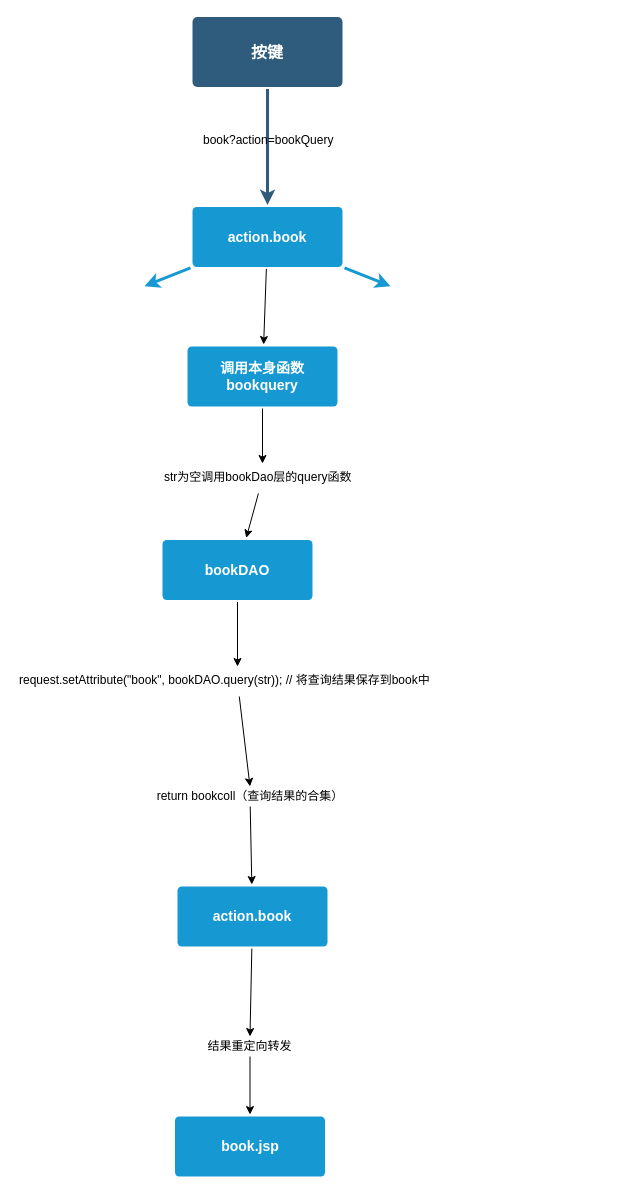
Earlier version of the draw.io diagram Untitled Diagram.drawio (yunzimo/yunzimo.github.io). Source tidied: cells renumbered, new cells numbered last; positions are measured from the earlier drawing's top-left corner, leaving out a move shared by most shapes. Both pictures are drawn from the tidied source at 100%, with x=0, y=0 at pixel (17, 16).
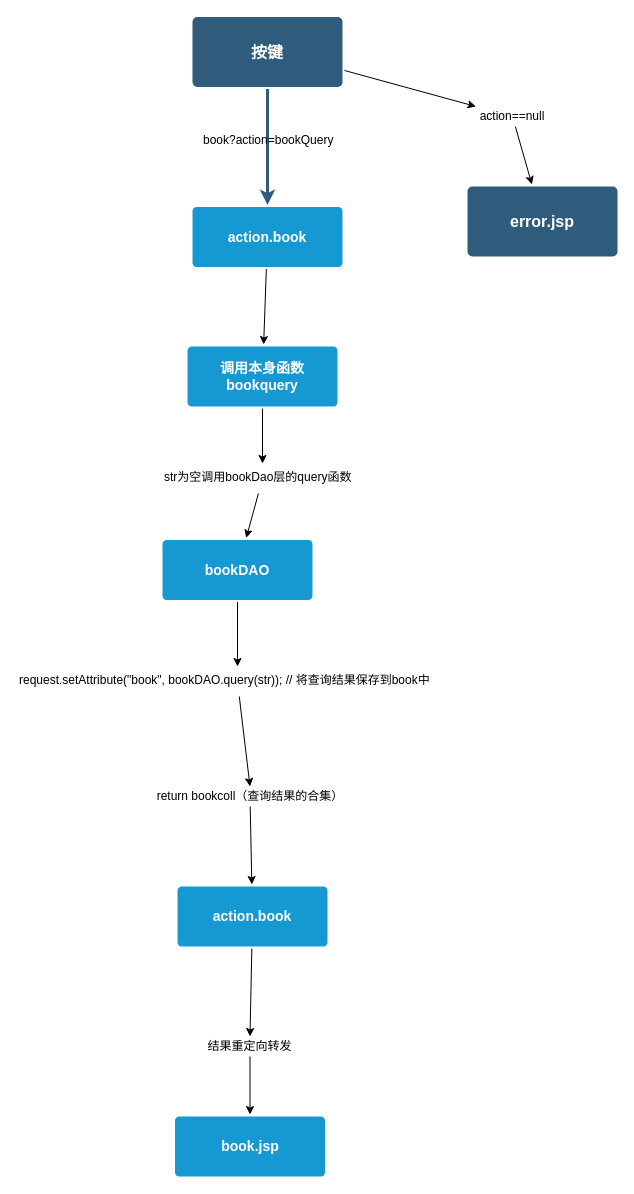
The same page after the edit.

Unchanged cells that the change refers to:
```xml
<mxCell id="3" value="按键" style="rounded=1;whiteSpace=wrap;html=1;shadow=0;labelBackgroundColor=none;strokeColor=none;strokeWidth=3;fillColor=#2F5B7C;fontFamily=Helvetica;fontSize=16;fontColor=#FFFFFF;align=center;fontStyle=1;spacing=5;arcSize=7;perimeterSpacing=2;" parent="1" vertex="1">
  <mxGeometry x="175" y="0.5" width="150" height="70" as="geometry" />
</mxCell>
<mxCell id="7" value="action.book" style="rounded=1;whiteSpace=wrap;html=1;shadow=0;labelBackgroundColor=none;strokeColor=none;strokeWidth=3;fillColor=#1699d3;fontFamily=Helvetica;fontSize=14;fontColor=#FFFFFF;align=center;spacing=5;fontStyle=1;arcSize=7;perimeterSpacing=2;" parent="1" vertex="1">
  <mxGeometry x="175" y="190.5" width="150" height="60" as="geometry" />
</mxCell>
```

What changed in the source:
```diff
@@
+    <mxCell id="24" style="edgeStyle=none;rounded=0;jettySize=auto;html=1;exitX=1;exitY=0.75;exitDx=0;exitDy=0;" parent="1" edge="1" source="3" target="27">
+      <mxGeometry relative="1" as="geometry" />
+    </mxCell>
@@
-    <mxCell id="4" style="edgeStyle=none;rounded=0;jumpStyle=none;html=1;shadow=0;labelBackgroundColor=none;startArrow=none;startFill=0;endArrow=classic;endFill=1;jettySize=auto;strokeColor=#1699D3;strokeWidth=3;fontFamily=Helvetica;fontSize=14;fontColor=#FFFFFF;spacing=5;" parent="1" edge="1" source="7">
-      <mxGeometry relative="1" as="geometry">
-        <mxPoint x="127" y="269.7" as="targetPoint" />
-      </mxGeometry>
-    </mxCell>
-    <mxCell id="5" style="edgeStyle=none;rounded=0;jumpStyle=none;html=1;shadow=0;labelBackgroundColor=none;startArrow=none;startFill=0;endArrow=classic;endFill=1;jettySize=auto;strokeColor=#1699D3;strokeWidth=3;fontFamily=Helvetica;fontSize=14;fontColor=#FFFFFF;spacing=5;" parent="1" edge="1" source="7">
-      <mxGeometry relative="1" as="geometry">
-        <mxPoint x="373" y="269.7" as="targetPoint" />
-      </mxGeometry>
-    </mxCell>
@@
+    <mxCell id="25" value="error.jsp" style="rounded=1;whiteSpace=wrap;html=1;shadow=0;labelBackgroundColor=none;strokeColor=none;strokeWidth=3;fillColor=#2F5B7C;fontFamily=Helvetica;fontSize=16;fontColor=#FFFFFF;align=center;fontStyle=1;spacing=5;arcSize=7;perimeterSpacing=2;" parent="1" vertex="1">
+      <mxGeometry x="450" y="170" width="150" height="70" as="geometry" />
+    </mxCell>
+    <mxCell id="26" style="edgeStyle=none;rounded=0;jettySize=auto;html=1;" parent="1" edge="1" source="27" target="25">
+      <mxGeometry relative="1" as="geometry" />
+    </mxCell>
+    <mxCell id="27" value="action==null" style="text;html=1;strokeColor=none;fillColor=none;align=center;verticalAlign=middle;whiteSpace=wrap;rounded=0;" parent="1" vertex="1">
+      <mxGeometry x="440" y="90" width="110" height="20" as="geometry" />
+    </mxCell>
```
